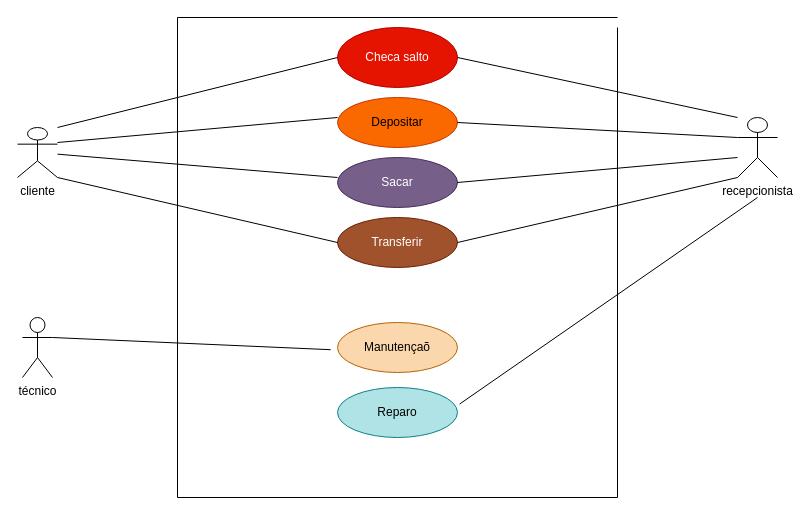
This is page "Página-2" (3 of 11) of Diagrama sem nome.drawio from helio0278/diagramasderequisitos, a draw.io file, before an edit. Source tidied: cells renumbered, new cells numbered last; positions are measured from the earlier drawing's top-left corner, leaving out a move shared by most shapes. Both pictures are drawn from the tidied source at 100%, with x=0, y=0 at pixel (17, 17).
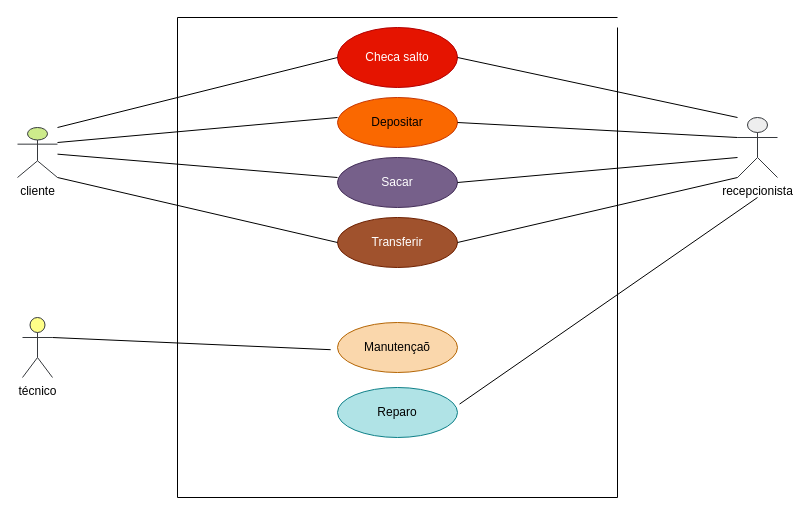
The same diagram, later.

The edit, as a diff of the source:
```diff
@@
-    <mxCell id="6" value="cliente" style="shape=umlActor;verticalLabelPosition=bottom;verticalAlign=top;html=1;outlineConnect=0;" parent="1" vertex="1">
+    <mxCell id="6" value="cliente" style="shape=umlActor;verticalLabelPosition=bottom;verticalAlign=top;html=1;outlineConnect=0;fillColor=#cdeb8b;strokeColor=#36393d;" parent="1" vertex="1">
       <mxGeometry y="110" width="40" height="50" as="geometry" />
     </mxCell>
@@
-    <mxCell id="12" value="recepcionista" style="shape=umlActor;verticalLabelPosition=bottom;verticalAlign=top;html=1;" parent="1" vertex="1">
+    <mxCell id="12" value="recepcionista" style="shape=umlActor;verticalLabelPosition=bottom;verticalAlign=top;html=1;fillColor=#eeeeee;strokeColor=#36393d;" parent="1" vertex="1">
       <mxGeometry x="720" y="100" width="40" height="60" as="geometry" />
     </mxCell>
-    <mxCell id="13" value="técnico" style="shape=umlActor;verticalLabelPosition=bottom;verticalAlign=top;html=1;" parent="1" vertex="1">
+    <mxCell id="13" value="técnico" style="shape=umlActor;verticalLabelPosition=bottom;verticalAlign=top;html=1;fillColor=#ffff88;strokeColor=#36393d;" parent="1" vertex="1">
       <mxGeometry x="5" y="300" width="30" height="60" as="geometry" />
     </mxCell>
```
